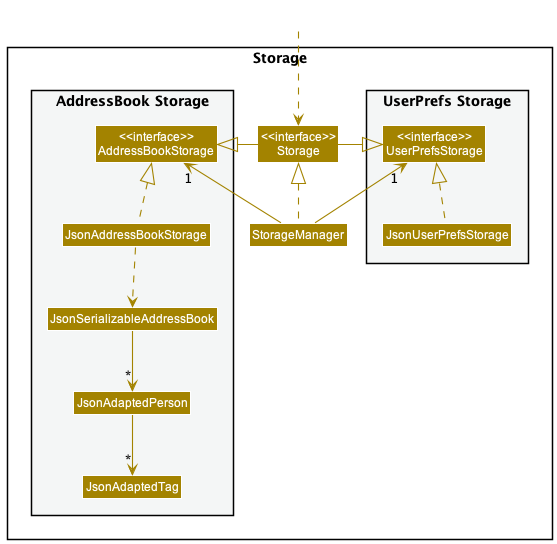
This is docs/images/StorageClassDiagram.png from nus-cs2103-AY2223S1/tp, a PlantUML export, as it was before one commit.
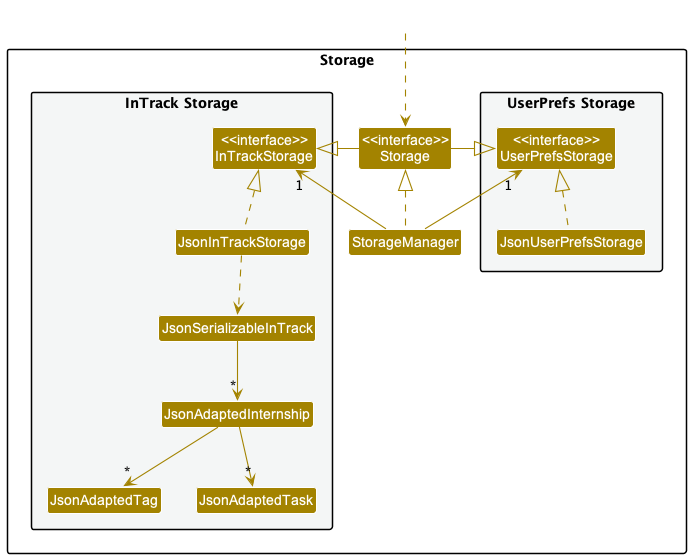
After the change.

Change to the diagram source:
```diff
@@ -14,12 +14,13 @@
 Class "<<interface>>\nStorage" as Storage
 Class StorageManager
 
-package "AddressBook Storage" #F4F6F6{
-Class "<<interface>>\nAddressBookStorage" as AddressBookStorage
-Class JsonAddressBookStorage
-Class JsonSerializableAddressBook
-Class JsonAdaptedPerson
+package "InTrack Storage" #F4F6F6{
+Class "<<interface>>\nInTrackStorage" as InTrackStorage
+Class JsonInTrackStorage
+Class JsonSerializableInTrack
+Class JsonAdaptedInternship
 Class JsonAdaptedTag
+Class JsonAdaptedTask
 }
 
 }
@@ -29,15 +30,16 @@
 
 StorageManager .up.|> Storage
 StorageManager -up-> "1" UserPrefsStorage
-StorageManager -up-> "1" AddressBookStorage
+StorageManager -up-> "1" InTrackStorage
 
 Storage -left-|> UserPrefsStorage
-Storage -right-|> AddressBookStorage
+Storage -right-|> InTrackStorage
 
 JsonUserPrefsStorage .up.|> UserPrefsStorage
-JsonAddressBookStorage .up.|> AddressBookStorage
-JsonAddressBookStorage ..> JsonSerializableAddressBook
-JsonSerializableAddressBook --> "*" JsonAdaptedPerson
-JsonAdaptedPerson --> "*" JsonAdaptedTag
+JsonInTrackStorage .up.|> InTrackStorage
+JsonInTrackStorage ..> JsonSerializableInTrack
+JsonSerializableInTrack --> "*" JsonAdaptedInternship
+JsonAdaptedInternship --> "*" JsonAdaptedTag
+JsonAdaptedInternship --> "*" JsonAdaptedTask
 
 @enduml
```
